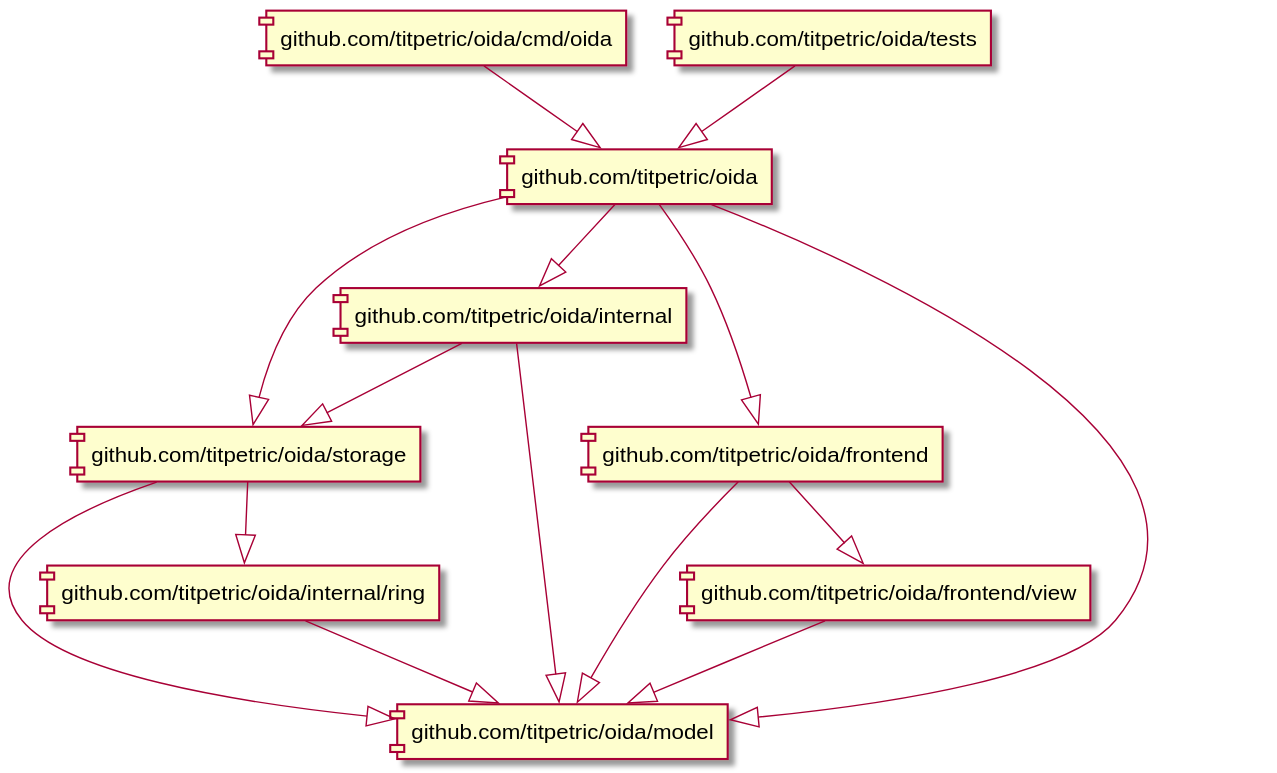
This is docs/assets/imports.svg from titpetric/oida, a PlantUML export, as it was before one commit.
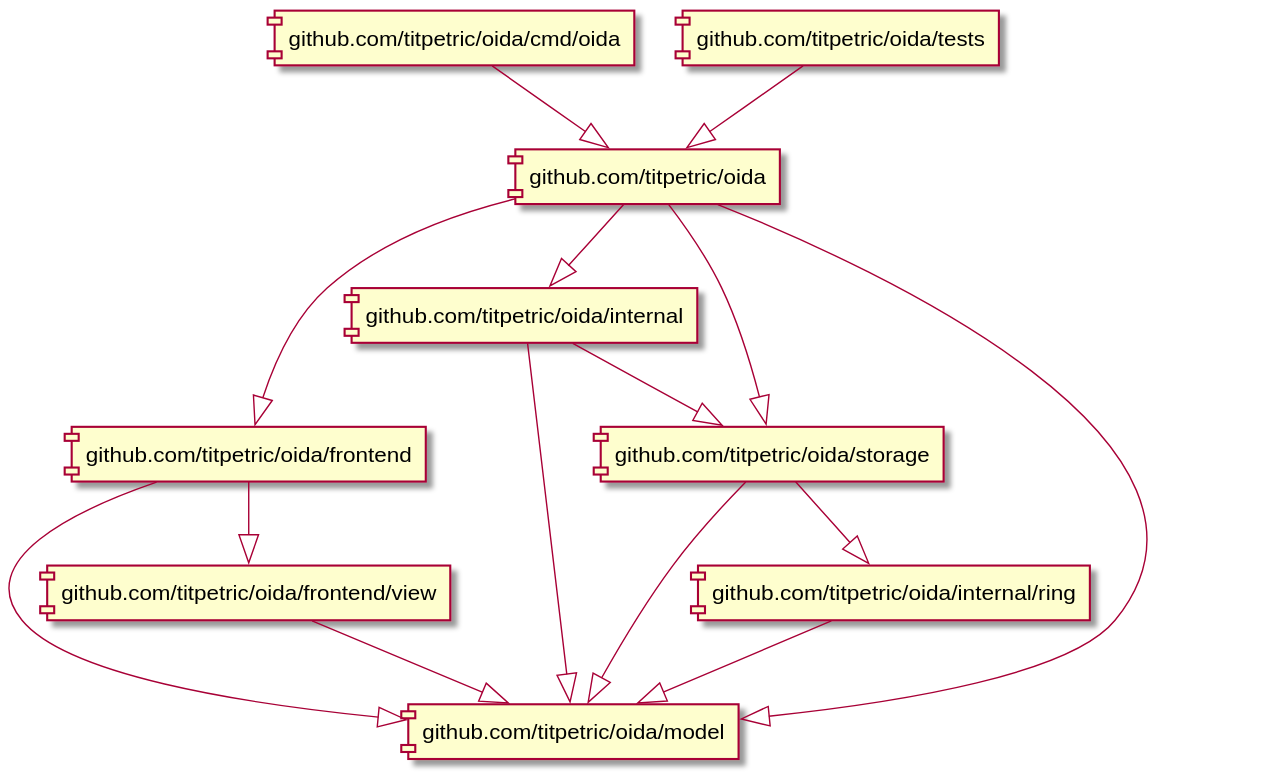
After the commit.

Commit message:
docs: regenerate the diagrams and the coverage report

splint sorts the arrows of the imports diagram now, so the two svgs
settle: the next regeneration writes these bytes again instead of a
reshuffle.

Diff of the diagram source:
```diff
@@ -1,8 +1,8 @@
 @startuml
+[github.com/titpetric/oida] --|> [github.com/titpetric/oida/frontend]
 [github.com/titpetric/oida] --|> [github.com/titpetric/oida/internal]
+[github.com/titpetric/oida] --|> [github.com/titpetric/oida/model]
 [github.com/titpetric/oida] --|> [github.com/titpetric/oida/storage]
-[github.com/titpetric/oida] --|> [github.com/titpetric/oida/frontend]
-[github.com/titpetric/oida] --|> [github.com/titpetric/oida/model]
 [github.com/titpetric/oida/cmd/oida] --|> [github.com/titpetric/oida]
 [github.com/titpetric/oida/frontend] --|> [github.com/titpetric/oida/frontend/view]
 [github.com/titpetric/oida/frontend] --|> [github.com/titpetric/oida/model]
```
